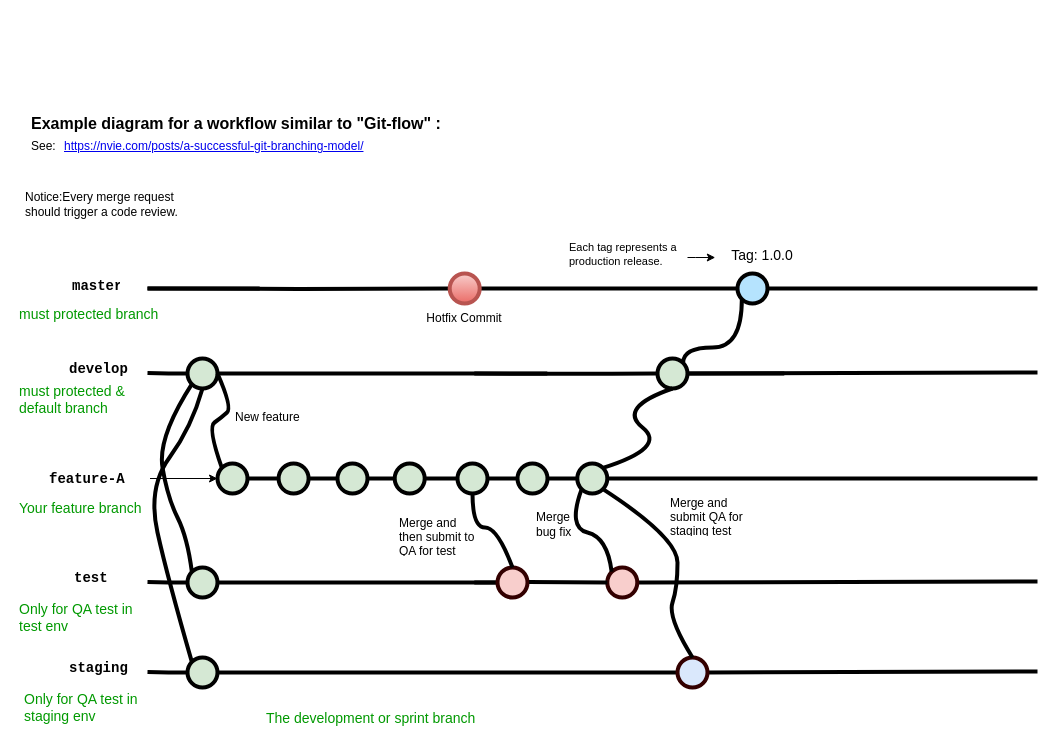
Earlier version of the draw.io diagram git-flow.drawio (rainleon/draw-io). Source tidied: cells renumbered, new cells numbered last; positions are measured from the earlier drawing's top-left corner, leaving out a move shared by most shapes. Both pictures are drawn from the tidied source at 100%, with x=0, y=0 at pixel (17, 107).
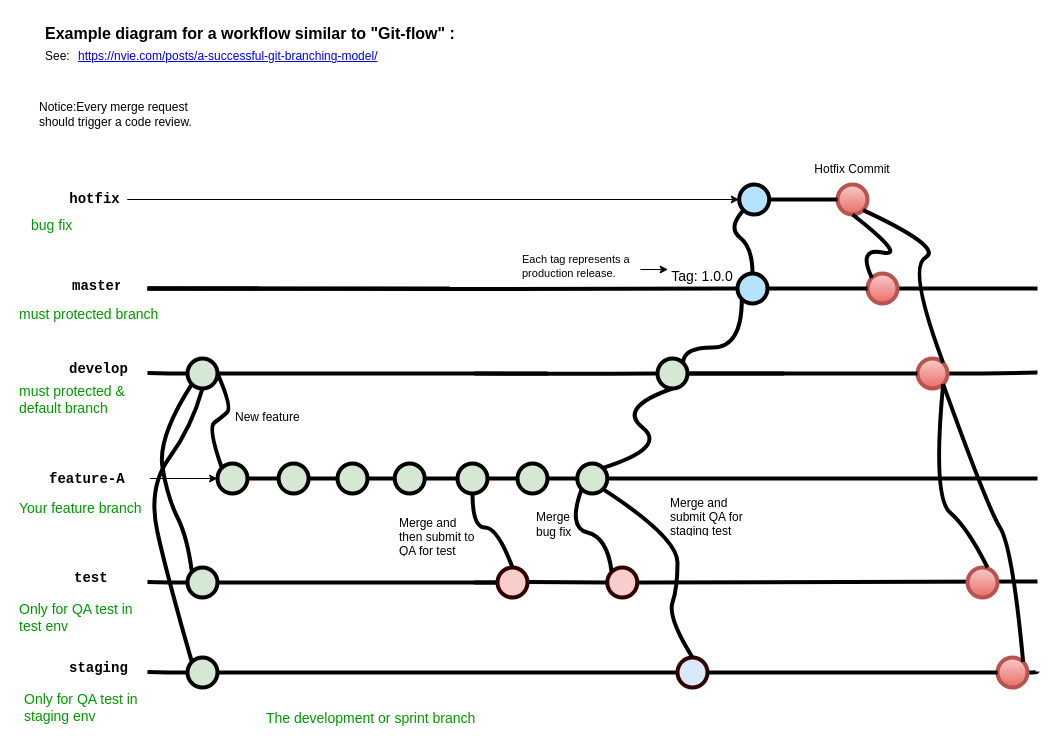
The same page after the edit.

The change refers to these unchanged cells:
```xml
<mxCell id="5" style="verticalLabelPosition=bottom;verticalAlign=top;html=1;strokeWidth=4;shape=mxgraph.flowchart.on-page_reference;plain-blue;gradientColor=none;strokeColor=#000000;fillColor=#B5E3FE;" parent="1" vertex="1">
  <mxGeometry x="720" y="166" width="30" height="30" as="geometry" />
</mxCell>
<mxCell id="66" style="verticalLabelPosition=bottom;verticalAlign=top;html=1;strokeWidth=4;shape=mxgraph.flowchart.on-page_reference;strokeColor=#330000;fillColor=#dae8fc;" parent="1" vertex="1">
  <mxGeometry x="660" y="550" width="30" height="30" as="geometry" />
</mxCell>
<mxCell id="70" style="verticalLabelPosition=bottom;verticalAlign=top;html=1;strokeWidth=4;shape=mxgraph.flowchart.on-page_reference;plain-purple;gradientColor=none;strokeColor=#000000;fillColor=#D5E8D4;" parent="1" vertex="1">
  <mxGeometry x="640" y="251" width="30" height="30" as="geometry" />
</mxCell>
```

Diff of the diagram source:
```diff
@@
-    <mxCell id="2" value="Hotfix Commit" style="text;html=1;strokeColor=none;fillColor=none;align=center;verticalAlign=middle;whiteSpace=wrap;overflow=hidden;" parent="1" vertex="1">
-      <mxGeometry x="407.2" y="196" width="80" height="30" as="geometry" />
-    </mxCell>
-    <mxCell id="3" style="edgeStyle=orthogonalEdgeStyle;rounded=0;html=1;jettySize=auto;plain-blue;endArrow=none;endFill=0;strokeWidth=4;strokeColor=#000000;entryX=0;entryY=0.5;entryDx=0;entryDy=0;entryPerimeter=0;" parent="1" edge="1" target="25">
+    <mxCell id="3" style="edgeStyle=orthogonalEdgeStyle;rounded=0;html=1;jettySize=auto;orthogonalLoop=1;plain-blue;endArrow=none;endFill=0;strokeWidth=4;strokeColor=#000000;entryX=0;entryY=0.5;entryDx=0;entryDy=0;entryPerimeter=0;" parent="1" edge="1">
       <mxGeometry x="292.2" y="211" as="geometry">
         <mxPoint x="130" y="181" as="sourcePoint" />
+        <mxPoint x="432.2" y="181" as="targetPoint" />
       </mxGeometry>
     </mxCell>
-    <mxCell id="4" style="edgeStyle=orthogonalEdgeStyle;curved=1;rounded=0;jettySize=auto;html=1;endArrow=none;endFill=0;strokeWidth=4;" parent="1" edge="1" source="5">
+    <mxCell id="4" style="edgeStyle=orthogonalEdgeStyle;curved=1;rounded=0;jettySize=auto;html=1;endArrow=none;endFill=0;strokeWidth=4;startArrow=none;" parent="1" edge="1" source="80">
       <mxGeometry relative="1" as="geometry">
         <mxPoint x="1020" y="181" as="targetPoint" />
       </mxGeometry>
     </mxCell>
@@
     <mxCell id="18" style="edgeStyle=orthogonalEdgeStyle;rounded=0;jettySize=auto;html=1;fontSize=12;fontColor=#000000;entryX=0;entryY=0.5;entryDx=0;entryDy=0;" parent="1" edge="1" source="19">
       <mxGeometry relative="1" as="geometry">
-        <mxPoint x="697.8" y="150" as="targetPoint" />
+        <mxPoint x="650.6" y="162" as="targetPoint" />
         <Array as="points">
-          <mxPoint x="677.8" y="150" />
-          <mxPoint x="677.8" y="150" />
+          <mxPoint x="630.6" y="162" />
+          <mxPoint x="630.6" y="162" />
         </Array>
       </mxGeometry>
     </mxCell>
     <mxCell id="19" value="&lt;span style=&quot;text-align: center; font-size: 11px;&quot;&gt;Each tag represents a production release.&lt;/span&gt;" style="text;html=1;strokeColor=none;fillColor=none;align=left;verticalAlign=middle;whiteSpace=wrap;overflow=hidden;fontSize=11;fontStyle=0;fontColor=#000000;" parent="1" vertex="1">
-      <mxGeometry x="550" y="128" width="120" height="38" as="geometry" />
+      <mxGeometry x="502.9" y="140" width="120" height="38" as="geometry" />
     </mxCell>
     <mxCell id="20" value="Example diagram for a workflow similar to &quot;Git-flow&quot; :" style="text;whiteSpace=wrap;html=1;fontStyle=1;fontSize=16;" parent="1" vertex="1">
-      <mxGeometry x="12.2" width="427.8" height="20" as="geometry" />
+      <mxGeometry x="26.1" y="-90" width="427.8" height="20" as="geometry" />
     </mxCell>
     <mxCell id="21" value="&lt;a href=&quot;https://nvie.com/posts/a-successful-git-branching-model/&quot;&gt;https://nvie.com/posts/a-successful-git-branching-model/&lt;/a&gt;" style="text;whiteSpace=wrap;html=1;" parent="1" vertex="1">
-      <mxGeometry x="45" y="25" width="355" height="20" as="geometry" />
+      <mxGeometry x="58.9" y="-65" width="355" height="20" as="geometry" />
     </mxCell>
     <mxCell id="22" value="See:" style="text;whiteSpace=wrap;html=1;" parent="1" vertex="1">
-      <mxGeometry x="12.2" y="25" width="32.8" height="20" as="geometry" />
+      <mxGeometry x="26.1" y="-65" width="32.8" height="20" as="geometry" />
     </mxCell>
     <mxCell id="23" value="&lt;span style=&quot;text-align: center&quot;&gt;Notice:Every merge request should trigger a code review.&lt;br&gt;&lt;/span&gt;" style="text;html=1;strokeColor=none;fillColor=none;align=left;verticalAlign=middle;whiteSpace=wrap;overflow=hidden;fontSize=12;fontStyle=0;fontColor=#000000;" parent="1" vertex="1">
-      <mxGeometry x="6.1" y="56" width="167.8" height="81" as="geometry" />
+      <mxGeometry x="20" y="-34" width="167.8" height="81" as="geometry" />
     </mxCell>
-    <mxCell id="24" style="edgeStyle=orthogonalEdgeStyle;rounded=0;jettySize=auto;html=1;fontSize=15;endArrow=none;endFill=0;strokeWidth=4;entryX=0;entryY=0.5;entryDx=0;entryDy=0;entryPerimeter=0;" parent="1" edge="1" source="25" target="5">
-      <mxGeometry relative="1" as="geometry" />
+    <mxCell id="24" style="edgeStyle=orthogonalEdgeStyle;rounded=0;jettySize=auto;html=1;fontSize=15;endArrow=none;endFill=0;strokeWidth=4;entryX=0;entryY=0.5;entryDx=0;entryDy=0;entryPerimeter=0;" parent="1" edge="1" target="5">
+      <mxGeometry relative="1" as="geometry">
+        <mxPoint x="130" y="181" as="sourcePoint" />
+      </mxGeometry>
     </mxCell>
-    <mxCell id="25" style="verticalLabelPosition=bottom;verticalAlign=top;html=1;strokeWidth=4;shape=mxgraph.flowchart.on-page_reference;plain-blue;gradientColor=#EA6B66;strokeColor=#B85450;fillColor=#F8CECC;" parent="1" vertex="1">
-      <mxGeometry x="432.2" y="166" width="30" height="30" as="geometry" />
-    </mxCell>
@@
-    <mxCell id="65" style="edgeStyle=orthogonalEdgeStyle;curved=1;rounded=0;html=1;exitX=1;exitY=0.5;exitPerimeter=0;endArrow=none;endFill=0;jettySize=auto;strokeWidth=4;fontSize=15;exitDx=0;exitDy=0;startArrow=none;" parent="1" edge="1" source="66">
+    <mxCell id="65" style="edgeStyle=orthogonalEdgeStyle;curved=1;rounded=0;html=1;exitX=1;exitY=0.5;exitPerimeter=0;endArrow=none;endFill=0;jettySize=auto;strokeWidth=4;fontSize=15;exitDx=0;exitDy=0;startArrow=none;" parent="1" edge="1" source="85">
       <mxGeometry relative="1" as="geometry">
         <mxPoint x="1020" y="564" as="targetPoint" />
       </mxGeometry>
     </mxCell>
@@
-    <mxCell id="69" style="edgeStyle=orthogonalEdgeStyle;curved=1;rounded=0;jettySize=auto;html=1;endArrow=none;endFill=0;strokeWidth=4;startArrow=none;" parent="1" edge="1" source="70">
+    <mxCell id="69" style="edgeStyle=orthogonalEdgeStyle;curved=1;rounded=0;jettySize=auto;html=1;endArrow=none;endFill=0;strokeWidth=4;startArrow=none;" parent="1" edge="1" source="82">
       <mxGeometry relative="1" as="geometry">
         <mxPoint x="1020" y="265" as="targetPoint" />
       </mxGeometry>
     </mxCell>
@@
     <mxCell id="72" value="Tag: 1.0.0" style="text;html=1;strokeColor=none;fillColor=none;align=center;verticalAlign=middle;whiteSpace=wrap;overflow=hidden;fontSize=14;" parent="1" vertex="1">
-      <mxGeometry x="710" y="137" width="70" height="20" as="geometry" />
+      <mxGeometry x="650" y="158" width="70" height="20" as="geometry" />
     </mxCell>
@@
+    <mxCell id="2" value="Hotfix Commit" style="text;html=1;strokeColor=none;fillColor=none;align=center;verticalAlign=middle;whiteSpace=wrap;overflow=hidden;" parent="1" vertex="1">
+      <mxGeometry x="795" y="47" width="80" height="30" as="geometry" />
+    </mxCell>
+    <mxCell id="74" style="verticalLabelPosition=bottom;verticalAlign=top;html=1;strokeWidth=4;shape=mxgraph.flowchart.on-page_reference;plain-blue;gradientColor=none;strokeColor=#000000;fillColor=#B5E3FE;" parent="1" vertex="1">
+      <mxGeometry x="721.7" y="77" width="30" height="30" as="geometry" />
+    </mxCell>
+    <mxCell id="75" style="edgeStyle=orthogonalEdgeStyle;rounded=0;jettySize=auto;html=1;endArrow=classic;endFill=1;strokeWidth=1;entryX=0;entryY=0.5;entryDx=0;entryDy=0;entryPerimeter=0;" parent="1" edge="1" source="76" target="74">
+      <mxGeometry relative="1" as="geometry">
+        <Array as="points">
+          <mxPoint x="110" y="92" />
+        </Array>
+      </mxGeometry>
+    </mxCell>
+    <mxCell id="76" value="hotfix" style="text;html=1;strokeColor=none;fillColor=none;align=center;verticalAlign=middle;whiteSpace=wrap;overflow=hidden;fontSize=14;fontStyle=1;fontFamily=Courier New;" parent="1" vertex="1">
+      <mxGeometry x="45" y="71" width="64.7" height="42" as="geometry" />
+    </mxCell>
+    <mxCell id="77" style="verticalLabelPosition=bottom;verticalAlign=top;html=1;strokeWidth=4;shape=mxgraph.flowchart.on-page_reference;plain-blue;gradientColor=#EA6B66;strokeColor=#B85450;fillColor=#F8CECC;" parent="1" vertex="1">
+      <mxGeometry x="820" y="77" width="30" height="30" as="geometry" />
+    </mxCell>
+    <mxCell id="78" style="edgeStyle=orthogonalEdgeStyle;curved=1;rounded=0;jettySize=auto;html=1;endArrow=none;endFill=0;strokeWidth=4;" parent="1" edge="1" source="74" target="77">
+      <mxGeometry relative="1" as="geometry" />
+    </mxCell>
+    <mxCell id="79" value="bug fix" style="text;html=1;strokeColor=none;fillColor=none;align=left;verticalAlign=middle;whiteSpace=wrap;overflow=hidden;fontSize=14;fontStyle=0;fontColor=#009900;" parent="1" vertex="1">
+      <mxGeometry x="12.2" y="107" width="65" height="20" as="geometry" />
+    </mxCell>
+    <mxCell id="80" style="verticalLabelPosition=bottom;verticalAlign=top;html=1;strokeWidth=4;shape=mxgraph.flowchart.on-page_reference;plain-blue;gradientColor=#EA6B66;strokeColor=#B85450;fillColor=#F8CECC;" parent="1" vertex="1">
+      <mxGeometry x="850" y="166" width="30" height="30" as="geometry" />
+    </mxCell>
+    <mxCell id="81" style="edgeStyle=orthogonalEdgeStyle;curved=1;rounded=0;jettySize=auto;html=1;endArrow=none;endFill=0;strokeWidth=4;" parent="1" edge="1" source="5" target="80">
+      <mxGeometry relative="1" as="geometry" />
+    </mxCell>
+    <mxCell id="82" style="verticalLabelPosition=bottom;verticalAlign=top;html=1;strokeWidth=4;shape=mxgraph.flowchart.on-page_reference;plain-blue;gradientColor=#EA6B66;strokeColor=#B85450;fillColor=#F8CECC;" parent="1" vertex="1">
+      <mxGeometry x="900" y="251" width="30" height="30" as="geometry" />
+    </mxCell>
+    <mxCell id="83" style="edgeStyle=orthogonalEdgeStyle;curved=1;rounded=0;jettySize=auto;html=1;endArrow=none;endFill=0;strokeWidth=4;startArrow=none;" parent="1" edge="1" source="70" target="82">
+      <mxGeometry relative="1" as="geometry" />
+    </mxCell>
+    <mxCell id="84" style="verticalLabelPosition=bottom;verticalAlign=top;html=1;strokeWidth=4;shape=mxgraph.flowchart.on-page_reference;plain-blue;gradientColor=#EA6B66;strokeColor=#B85450;fillColor=#F8CECC;" parent="1" vertex="1">
+      <mxGeometry x="950" y="460" width="30" height="30" as="geometry" />
+    </mxCell>
+    <mxCell id="85" style="verticalLabelPosition=bottom;verticalAlign=top;html=1;strokeWidth=4;shape=mxgraph.flowchart.on-page_reference;plain-blue;gradientColor=#EA6B66;strokeColor=#B85450;fillColor=#F8CECC;" parent="1" vertex="1">
+      <mxGeometry x="980" y="550" width="30" height="30" as="geometry" />
+    </mxCell>
+    <mxCell id="86" style="edgeStyle=orthogonalEdgeStyle;curved=1;rounded=0;html=1;exitX=1;exitY=0.5;exitPerimeter=0;endArrow=none;endFill=0;jettySize=auto;strokeWidth=4;fontSize=15;exitDx=0;exitDy=0;startArrow=none;" parent="1" edge="1" source="66" target="85">
+      <mxGeometry relative="1" as="geometry" />
+    </mxCell>
+    <mxCell id="87" style="curved=1;endArrow=none;html=1;strokeWidth=4;exitX=0.5;exitY=0;exitDx=0;exitDy=0;exitPerimeter=0;entryX=0.145;entryY=0.855;entryDx=0;entryDy=0;entryPerimeter=0;endFill=0;" parent="1" edge="1" source="5" target="74">
+      <mxGeometry relative="1" as="geometry">
+        <Array as="points">
+          <mxPoint x="735" y="140" />
+          <mxPoint x="710" y="120" />
+        </Array>
+      </mxGeometry>
+    </mxCell>
+    <mxCell id="88" style="curved=1;endArrow=none;html=1;strokeWidth=4;exitX=0.5;exitY=1;exitDx=0;exitDy=0;exitPerimeter=0;entryX=0.145;entryY=0.145;entryDx=0;entryDy=0;entryPerimeter=0;endFill=0;" parent="1" edge="1" source="77" target="80">
+      <mxGeometry relative="1" as="geometry">
+        <Array as="points">
+          <mxPoint x="890" y="150" />
+          <mxPoint x="840" y="140" />
+        </Array>
+      </mxGeometry>
+    </mxCell>
+    <mxCell id="89" style="curved=1;endArrow=none;html=1;strokeWidth=4;exitX=0.855;exitY=0.855;exitDx=0;exitDy=0;exitPerimeter=0;entryX=0.855;entryY=0.145;entryDx=0;entryDy=0;entryPerimeter=0;endFill=0;" parent="1" edge="1" source="77" target="82">
+      <mxGeometry relative="1" as="geometry">
+        <Array as="points">
+          <mxPoint x="926" y="140" />
+          <mxPoint x="890" y="160" />
+        </Array>
+      </mxGeometry>
+    </mxCell>
+    <mxCell id="90" style="curved=1;endArrow=none;html=1;strokeWidth=4;exitX=0.855;exitY=0.855;exitDx=0;exitDy=0;exitPerimeter=0;entryX=0.667;entryY=0;entryDx=0;entryDy=0;entryPerimeter=0;endFill=0;" parent="1" edge="1" source="82" target="84">
+      <mxGeometry relative="1" as="geometry">
+        <Array as="points">
+          <mxPoint x="915" y="390" />
+          <mxPoint x="950" y="420" />
+        </Array>
+      </mxGeometry>
+    </mxCell>
+    <mxCell id="91" style="curved=1;endArrow=none;html=1;strokeWidth=4;exitX=0.855;exitY=0.855;exitDx=0;exitDy=0;exitPerimeter=0;entryX=0.855;entryY=0.145;entryDx=0;entryDy=0;entryPerimeter=0;endFill=0;" parent="1" edge="1" source="82" target="85">
+      <mxGeometry relative="1" as="geometry">
+        <Array as="points">
+          <mxPoint x="970" y="400" />
+          <mxPoint x="995" y="440" />
+        </Array>
+      </mxGeometry>
+    </mxCell>
```
